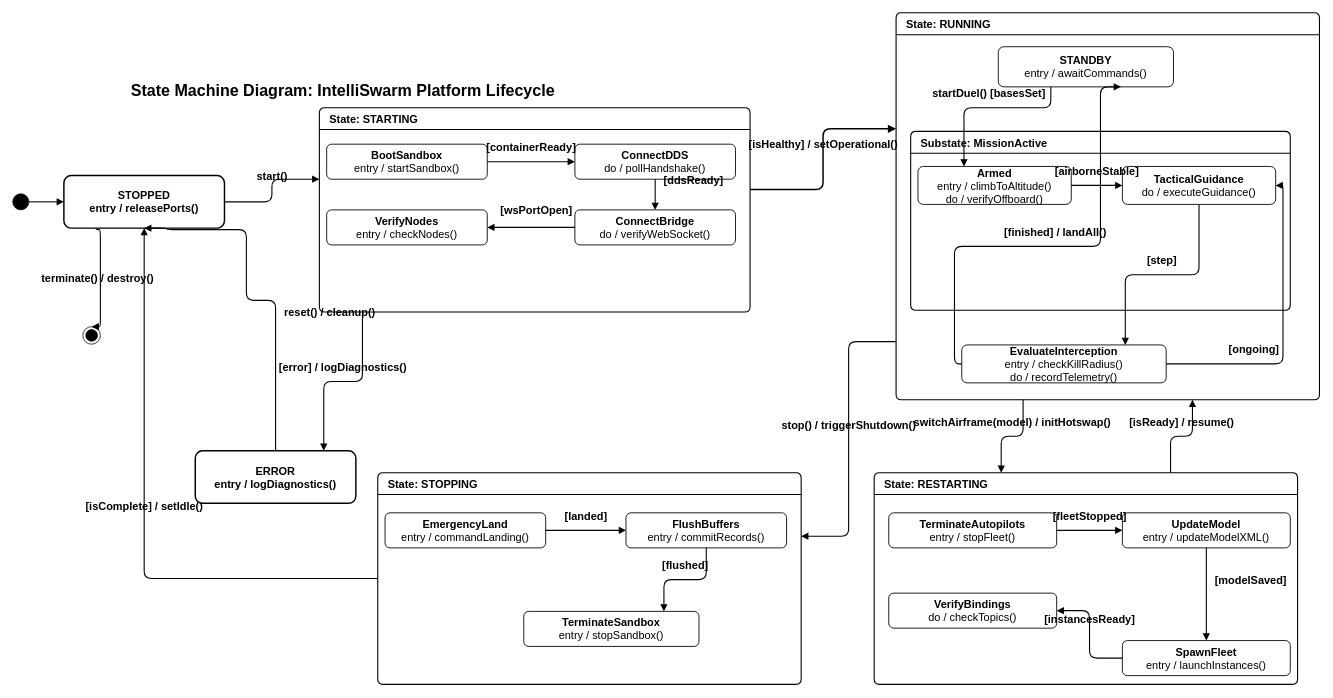
Earlier version of the draw.io diagram 11_state_system.drawio (sjd-1214/diagrams). Source tidied: cells renumbered, new cells numbered last; positions are measured from the earlier drawing's top-left corner, leaving out a move shared by most shapes. Both pictures are drawn from the tidied source at 73%, with x=0, y=0 at pixel (12, 12).
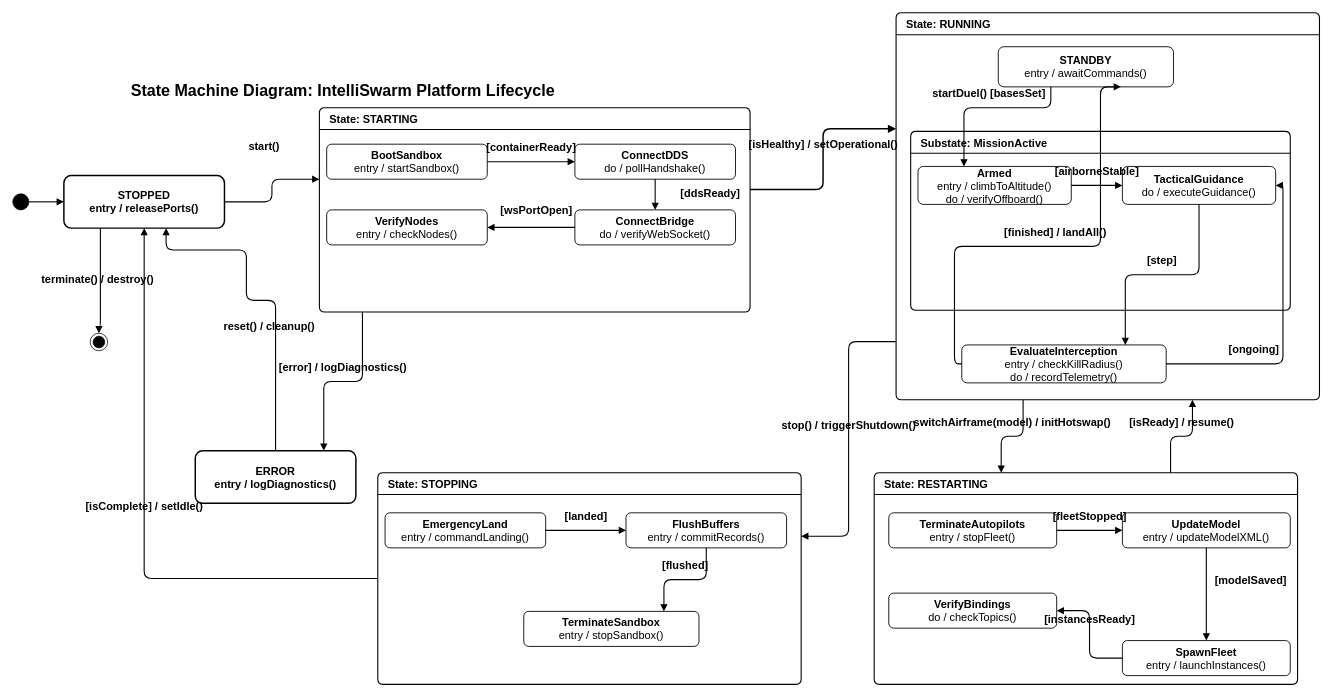
After the change.

The change refers to these unchanged cells:
```xml
<mxCell id="4" value="&lt;b&gt;STOPPED&lt;/b&gt;&lt;br&gt;entry / releasePorts()" style="rounded=1;whiteSpace=wrap;html=1;arcSize=14;fillColor=none;strokeColor=#000000;strokeWidth=2;fontSize=15;fontFamily=Helvetica;align=center;shadow=0;fontColor=#000000;fontStyle=1;" parent="1" vertex="1">
  <mxGeometry x="70" y="223" width="220" height="72" as="geometry" />
</mxCell>
<mxCell id="6" value="&lt;b&gt;ERROR&lt;/b&gt;&lt;br&gt;entry / logDiagnostics()" style="rounded=1;whiteSpace=wrap;html=1;arcSize=14;fillColor=none;strokeColor=#000000;strokeWidth=2;fontSize=15;fontFamily=Helvetica;align=center;shadow=0;fontColor=#000000;fontStyle=1;" parent="1" vertex="1">
  <mxGeometry x="250" y="600" width="220" height="72" as="geometry" />
</mxCell>
<mxCell id="7" value="&lt;b&gt;State: STARTING&lt;/b&gt;" style="swimlane;fontStyle=1;align=left;spacingLeft=12;verticalAlign=top;startSize=30;html=1;fillColor=none;strokeColor=#000000;strokeWidth=1.5;rounded=1;arcSize=8;fontSize=15;fontFamily=Helvetica;swimlaneFillColor=none;fontColor=#000000;" parent="1" vertex="1">
  <mxGeometry x="420" y="130" width="590" height="280" as="geometry" />
</mxCell>
<mxCell id="10" value="&lt;b&gt;ConnectBridge&lt;/b&gt;&lt;br&gt;do / verifyWebSocket()" style="rounded=1;whiteSpace=wrap;html=1;arcSize=14;fillColor=none;strokeColor=#000000;strokeWidth=1.2;fontSize=15;fontFamily=Helvetica;align=center;shadow=0;fontColor=#000000;" parent="7" vertex="1">
  <mxGeometry x="350" y="140" width="220" height="48" as="geometry" />
</mxCell>
<mxCell id="12" value="&lt;b&gt;ConnectDDS&lt;/b&gt;&lt;br&gt;do / pollHandshake()" style="rounded=1;whiteSpace=wrap;html=1;arcSize=14;fillColor=none;strokeColor=#000000;strokeWidth=1.2;fontSize=15;fontFamily=Helvetica;align=center;shadow=0;fontColor=#000000;" parent="7" vertex="1">
  <mxGeometry x="350" y="50" width="220" height="48" as="geometry" />
</mxCell>
```

Diff of the diagram source:
```diff
@@
-<mxGraphModel>
+<mxGraphModel background="#ffffff">
@@
     <mxCell id="5" style="shape=endState;fillColor=#000000;strokeColor=#000000;html=1;" parent="1" vertex="1">
-      <mxGeometry x="96" y="430" width="24" height="24" as="geometry" />
+      <mxGeometry x="106" y="439" width="24" height="24" as="geometry" />
     </mxCell>
@@
     <mxCell id="14" value="[ddsReady]" style="edgeStyle=orthogonalEdgeStyle;rounded=1;html=1;fontSize=15;fontColor=#000000;labelBackgroundColor=none;strokeColor=#000000;strokeWidth=1.5;endArrow=block;endFill=1;exitX=0.5;exitY=1;exitDx=0;exitDy=0;entryX=0.5;entryY=0;entryDx=0;entryDy=0;align=left;labelPosition=right;spacingLeft=10;verticalAlign=bottom;fontStyle=1;spacingBottom=8;" parent="7" edge="1" source="12" target="10">
-      <mxGeometry relative="1" as="geometry" />
+      <mxGeometry x="0.86" y="23" relative="1" as="geometry" />
     </mxCell>
@@
     <mxCell id="41" value="start()" style="edgeStyle=orthogonalEdgeStyle;rounded=1;html=1;fontSize=15;fontColor=#000000;labelBackgroundColor=none;strokeColor=#000000;strokeWidth=1.5;endArrow=block;endFill=1;exitX=1;exitY=0.5;exitDx=0;exitDy=0;entryX=0;entryY=0.35;entryDx=0;entryDy=0;verticalAlign=bottom;spacingBottom=8;spacingLeft=10;spacingRight=10;fontStyle=1;" parent="1" edge="1" source="4" target="7">
-      <mxGeometry relative="1" as="geometry" />
+      <mxGeometry x="0.19" y="28" relative="1" as="geometry">
+        <mxPoint x="-11" y="2" as="offset" />
+      </mxGeometry>
     </mxCell>
@@
-    <mxCell id="44" value="reset() / cleanup()" style="edgeStyle=orthogonalEdgeStyle;rounded=1;html=1;fontSize=15;fontColor=#000000;labelBackgroundColor=none;strokeColor=#000000;strokeWidth=1.5;endArrow=block;endFill=1;exitX=0.5;exitY=0;exitDx=0;exitDy=0;entryX=0.5;entryY=1;entryDx=0;entryDy=0;align=left;labelPosition=right;spacingLeft=10;verticalAlign=bottom;fontStyle=1;spacingBottom=8;" parent="1" edge="1" source="6" target="4">
-      <mxGeometry x="-0.3" relative="1" as="geometry">
+    <mxCell id="44" value="reset() / cleanup()" style="edgeStyle=orthogonalEdgeStyle;rounded=1;html=1;fontSize=15;fontColor=#000000;labelBackgroundColor=none;strokeColor=#000000;strokeWidth=1.5;endArrow=block;endFill=1;exitX=0.5;exitY=0;exitDx=0;exitDy=0;align=left;labelPosition=right;spacingLeft=10;verticalAlign=bottom;fontStyle=1;spacingBottom=8;" parent="1" edge="1" source="6" target="4">
+      <mxGeometry x="0.08" y="70" relative="1" as="geometry">
         <Array as="points">
           <mxPoint x="360" y="394" />
           <mxPoint x="320" y="394" />
-          <mxPoint x="320" y="297" />
-          <mxPoint x="210" y="297" />
-          <mxPoint x="210" y="295" />
+          <mxPoint x="320" y="325" />
+          <mxPoint x="210" y="325" />
         </Array>
+        <mxPoint x="27" y="55" as="offset" />
       </mxGeometry>
     </mxCell>
@@
-    <mxCell id="49" value="terminate() / destroy()" style="edgeStyle=orthogonalEdgeStyle;rounded=1;html=1;fontSize=15;fontColor=#000000;labelBackgroundColor=none;strokeColor=#000000;strokeWidth=1.5;endArrow=block;endFill=1;exitX=0.2;exitY=1;exitDx=0;exitDy=0;entryX=0.5;entryY=0;entryDx=0;entryDy=0;verticalAlign=bottom;spacingBottom=8;spacingLeft=10;spacingRight=10;fontStyle=1;" parent="1" edge="1" source="4" target="5">
+    <mxCell id="49" value="terminate() / destroy()" style="edgeStyle=orthogonalEdgeStyle;rounded=1;html=1;fontSize=15;fontColor=#000000;labelBackgroundColor=none;strokeColor=#000000;strokeWidth=1.5;endArrow=block;endFill=1;entryX=0.5;entryY=0;entryDx=0;entryDy=0;verticalAlign=bottom;spacingBottom=8;spacingLeft=10;spacingRight=10;fontStyle=1;" parent="1" edge="1" target="5">
       <mxGeometry x="0.23" y="-4" relative="1" as="geometry">
+        <mxPoint x="120" y="295" as="sourcePoint" />
         <Array as="points">
-          <mxPoint x="114" y="297" />
-          <mxPoint x="120" y="297" />
+          <mxPoint x="120" y="295" />
           <mxPoint x="120" y="430" />
+          <mxPoint x="118" y="430" />
         </Array>
       </mxGeometry>
     </mxCell>
```
